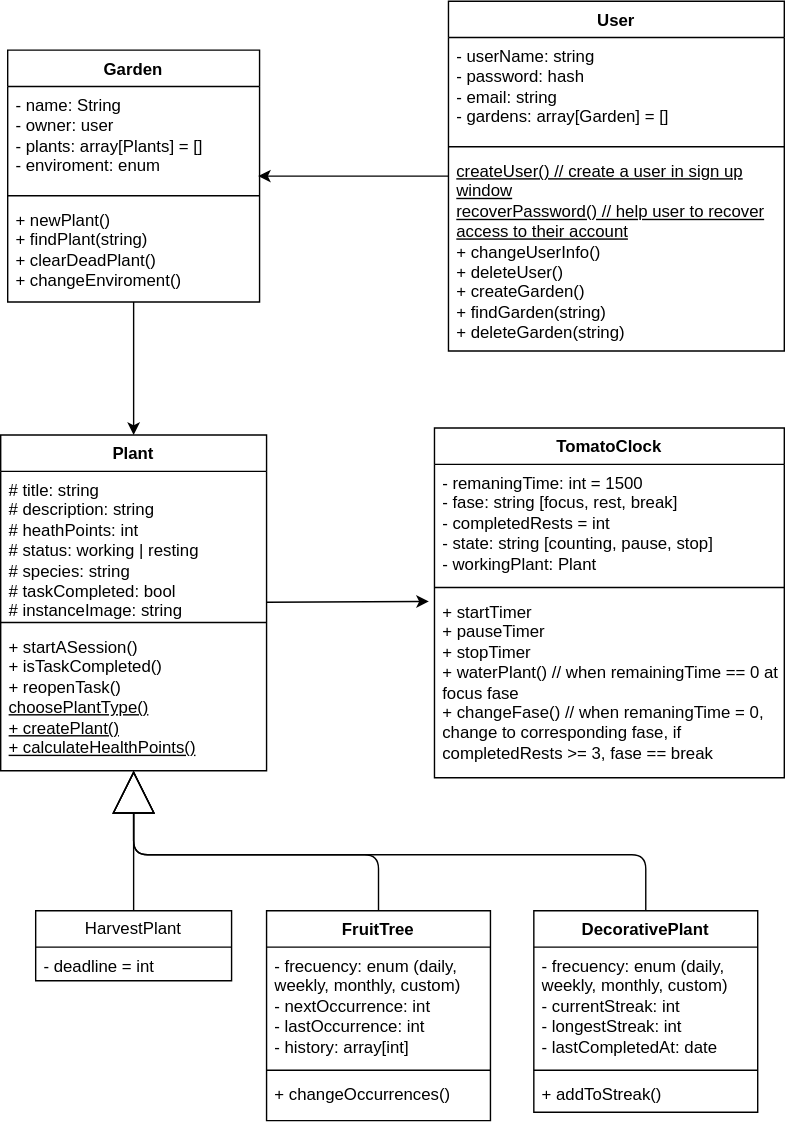
Above: utils/uml-2.svg in danielmoralesar/pomodoro-garden (draw.io), before the change. Source tidied: cells renumbered, new cells last; positions are measured from the earlier drawing's top-left corner, leaving out a move shared by most shapes.
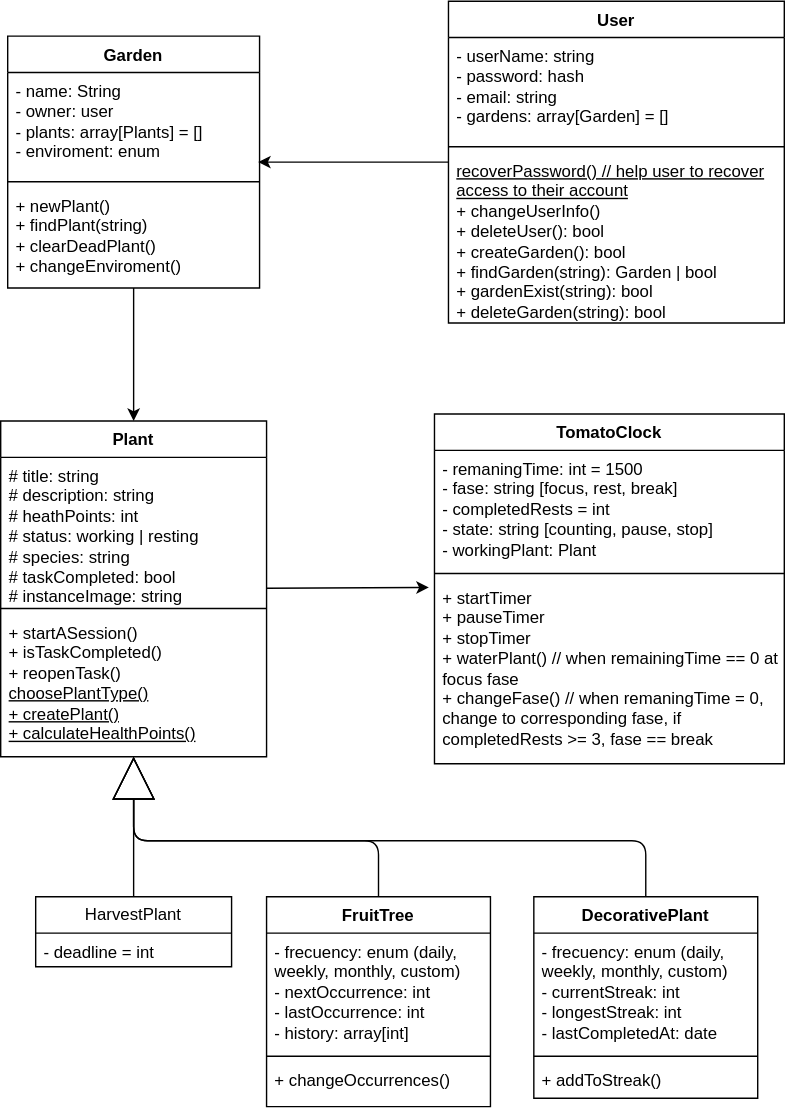
Later version of the same file.

Diff of the diagram source:
```diff
@@ -91,7 +91,7 @@
       <mxGeometry y="108" width="180" height="72" as="geometry" />
     </mxCell>
     <mxCell id="28" value="User" style="swimlane;fontStyle=1;align=center;verticalAlign=top;horizontal=1;startSize=26;whiteSpace=wrap;html=1;" parent="1" vertex="1">
-      <mxGeometry x="320" width="240" height="250" as="geometry" />
+      <mxGeometry x="320" y="10" width="240" height="230" as="geometry" />
     </mxCell>
     <mxCell id="29" value="- userName: string&lt;div&gt;- password: hash&lt;/div&gt;&lt;div&gt;- email: string&lt;/div&gt;&lt;div&gt;- gardens: array[Garden] = []&lt;/div&gt;&lt;div&gt;&lt;br&gt;&lt;/div&gt;" style="text;strokeColor=none;fillColor=none;align=left;verticalAlign=top;spacingLeft=4;spacingRight=4;overflow=hidden;whiteSpace=wrap;html=1;" parent="28" vertex="1">
       <mxGeometry y="26" width="240" height="74" as="geometry" />
@@ -99,8 +99,8 @@
     <mxCell id="30" style="line;strokeWidth=1;fillColor=none;align=left;verticalAlign=middle;spacingTop=-1;spacingLeft=3;spacingRight=3;labelPosition=right;strokeColor=inherit;" parent="28" vertex="1">
       <mxGeometry y="100" width="240" height="8" as="geometry" />
     </mxCell>
-    <mxCell id="31" value="&lt;div&gt;&lt;u&gt;&lt;font&gt;createUser() // create a user in sign up window&lt;/font&gt;&lt;/u&gt;&lt;/div&gt;&lt;div&gt;&lt;u&gt;&lt;font&gt;recoverPassword() // help user to recover access to their account&lt;/font&gt;&lt;/u&gt;&lt;/div&gt;&lt;div&gt;&lt;font&gt;+ changeUserInfo()&lt;/font&gt;&lt;/div&gt;&lt;div&gt;&lt;font&gt;+ deleteUser()&lt;/font&gt;&lt;/div&gt;&lt;font&gt;+ createGarden()&lt;/font&gt;&lt;div&gt;&lt;font&gt;+ findGarden(string)&lt;br&gt;&lt;/font&gt;&lt;div&gt;&lt;font&gt;+ deleteGarden(string)&lt;/font&gt;&lt;/div&gt;&lt;div&gt;&lt;br&gt;&lt;/div&gt;&lt;/div&gt;" style="text;strokeColor=none;fillColor=none;align=left;verticalAlign=top;spacingLeft=4;spacingRight=4;overflow=hidden;whiteSpace=wrap;html=1;" parent="28" vertex="1">
-      <mxGeometry y="108" width="240" height="142" as="geometry" />
+    <mxCell id="31" value="&lt;div&gt;&lt;u style=&quot;background-color: transparent;&quot;&gt;&lt;font&gt;recoverPassword() // help user to recover access to their account&lt;/font&gt;&lt;/u&gt;&lt;/div&gt;&lt;div&gt;&lt;font&gt;+ changeUserInfo()&amp;nbsp;&lt;/font&gt;&lt;/div&gt;&lt;div&gt;&lt;font&gt;+ deleteUser(): bool&lt;/font&gt;&lt;/div&gt;&lt;font&gt;+ createGarden(): bool&amp;nbsp;&lt;/font&gt;&lt;div&gt;&lt;font&gt;+ findGarden(string): Garden | bool&lt;/font&gt;&lt;/div&gt;&lt;div&gt;&lt;font&gt;+ gardenExist(string): bool&lt;br&gt;&lt;/font&gt;&lt;div&gt;&lt;font&gt;+ deleteGarden(string): bool&lt;/font&gt;&lt;/div&gt;&lt;div&gt;&lt;br&gt;&lt;/div&gt;&lt;/div&gt;" style="text;strokeColor=none;fillColor=none;align=left;verticalAlign=top;spacingLeft=4;spacingRight=4;overflow=hidden;whiteSpace=wrap;html=1;" parent="28" vertex="1">
+      <mxGeometry y="108" width="240" height="122" as="geometry" />
     </mxCell>
     <mxCell id="32" style="edgeStyle=none;html=1;entryX=-0.016;entryY=0.045;entryDx=0;entryDy=0;entryPerimeter=0;" parent="1" edge="1" source="2" target="22">
       <mxGeometry relative="1" as="geometry" />
```
